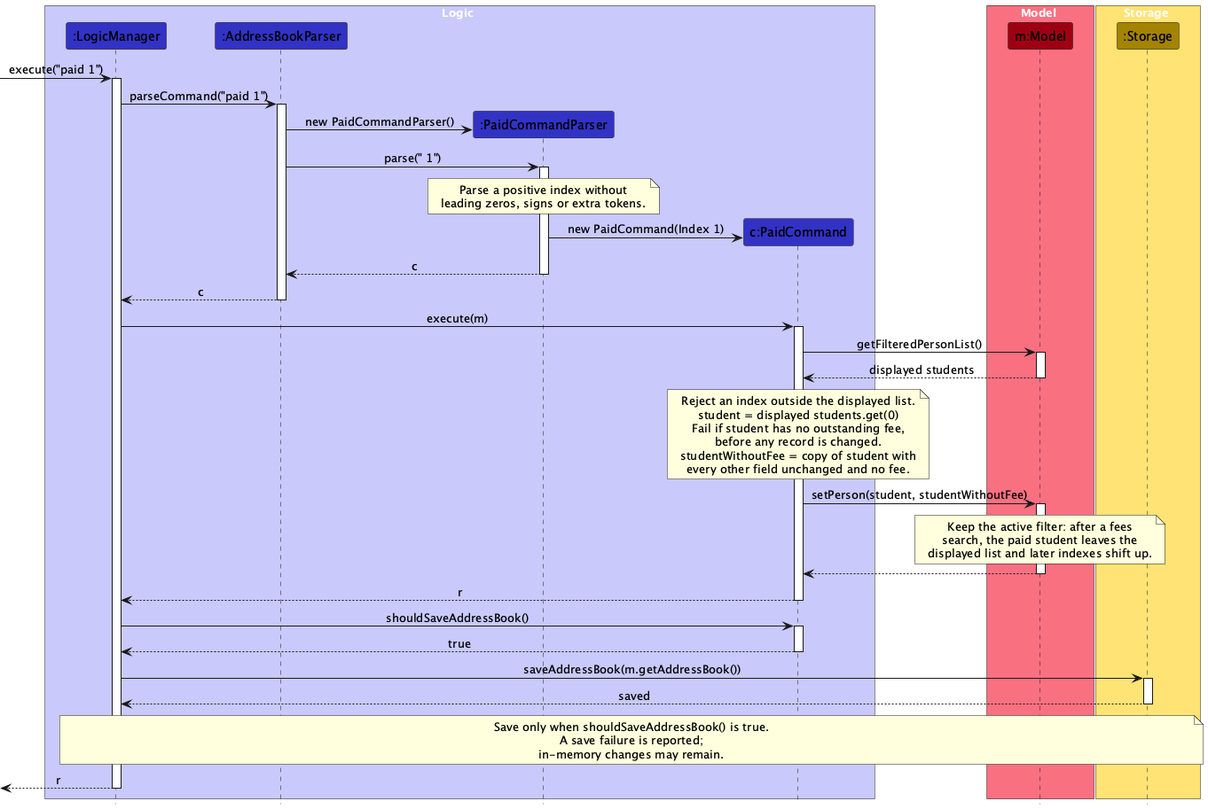
The PlantUML diagram docs/images/PaidSequenceDiagram.png in AY2627S1-CS2103T-F09-2a/tp, before a commit.
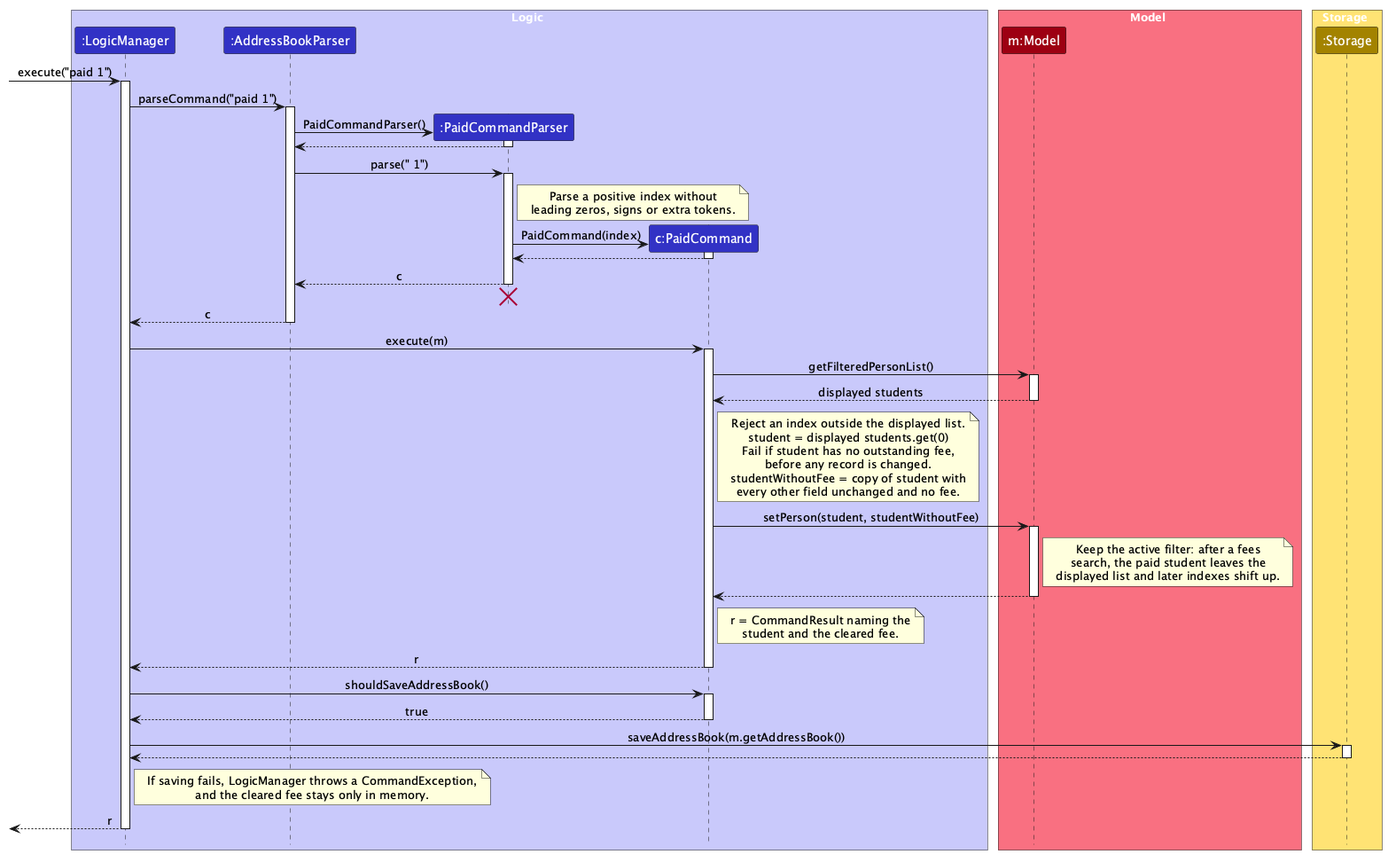
The same diagram one commit later.

The edit, as a diff of the source:
```diff
@@ -1,10 +1,6 @@
 @startuml
 !include style.puml
 skinparam ArrowFontStyle plain
-
-skinparam Participant {
-    FontColor #000000
-}
 
 box Logic LOGIC_COLOR_T1
 participant ":LogicManager" as Logic LOGIC_COLOR
@@ -25,18 +21,31 @@
 activate Logic
 Logic -> Parser : parseCommand("paid 1")
 activate Parser
+
 create PaidParser
-Parser -> PaidParser : new PaidCommandParser()
+Parser -> PaidParser : PaidCommandParser()
+activate PaidParser
+PaidParser --> Parser
+deactivate PaidParser
+
 Parser -> PaidParser : parse(" 1")
 activate PaidParser
-note over PaidParser
+note right of PaidParser
 Parse a positive index without
 leading zeros, signs or extra tokens.
 end note
+
 create Paid
-PaidParser -> Paid : new PaidCommand(Index 1)
+PaidParser -> Paid : PaidCommand(index)
+activate Paid
+Paid --> PaidParser
+deactivate Paid
+
 PaidParser --> Parser : c
 deactivate PaidParser
+PaidParser -[hidden]-> Parser
+destroy PaidParser
+
 Parser --> Logic : c
 deactivate Parser
 
@@ -46,7 +55,7 @@
 activate Model
 Model --> Paid : displayed students
 deactivate Model
-note over Paid
+note right of Paid
 Reject an index outside the displayed list.
 student = displayed students.get(0)
 Fail if student has no outstanding fee,
@@ -57,7 +66,7 @@
 
 Paid -> Model : setPerson(student, studentWithoutFee)
 activate Model
-note over Model
+note right of Model
 Keep the active filter: after a fees
 search, the paid student leaves the
 displayed list and later indexes shift up.
@@ -65,6 +74,10 @@
 Model --> Paid
 deactivate Model
 
+note right of Paid
+r = CommandResult naming the
+student and the cleared fee.
+end note
 Paid --> Logic : r
 deactivate Paid
 
@@ -75,12 +88,11 @@
 
 Logic -> Storage : saveAddressBook(m.getAddressBook())
 activate Storage
-Storage --> Logic : saved
+Storage --> Logic
 deactivate Storage
-note over Logic, Storage
-Save only when shouldSaveAddressBook() is true.
-A save failure is reported;
-in-memory changes may remain.
+note right of Logic
+If saving fails, LogicManager throws a CommandException,
+and the cleared fee stays only in memory.
 end note
 
 [<-- Logic : r
```
